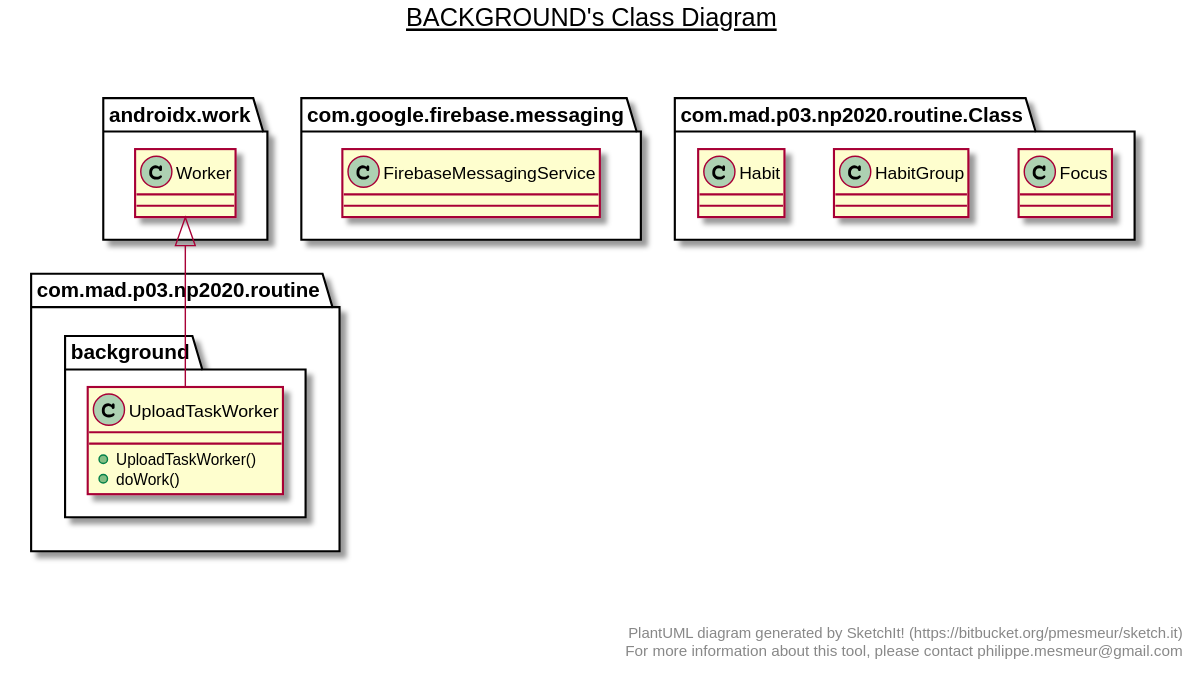
AppDevIn/Routine keeps this PlantUML diagram as Documentation/images/background.svg. Above is the earlier version.
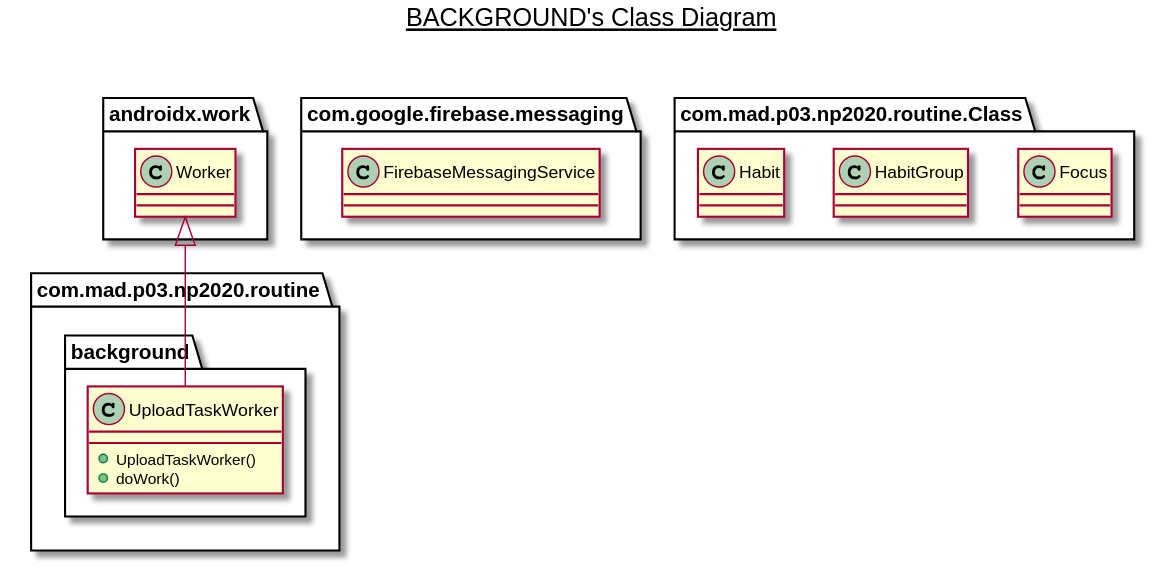
Later version of the same file.

Diff of the diagram source:
```diff
@@ -126,11 +126,4 @@
   com.mad.p03.np2020.routine.background.UploadTaskWorker -up-|> androidx.work.Worker
 
 
-right footer
-
-
-PlantUML diagram generated by SketchIt! (https://bitbucket.org/pmesmeur/sketch.it)
-For more information about this tool, please contact philippe.mesmeur@gmail.com
-endfooter
-
 @enduml
```
